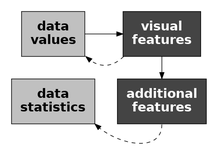
Above: Diagrams/data-vis-vis-stat.png in pmur002/hdvw (Graphviz), before the change. Its source is kept beside it as Diagrams/data-vis-vis-stat.dot. Its diagram source:
```dot
digraph {
  graph [ rankdir=LR; margin=.2; nodesep=.5 ];
  node [ fontsize=20; fontname="sans bold"; margin=.2 ];
  data [ label="data\nvalues"; shape=box; style=filled; fillcolor=gray ]
  stat [ label="data\nstatistics"; shape=box; style=filled; fillcolor=gray ]
  vis [ label="visual\nfeatures"; shape=box;
        style=filled; fillcolor="#444444"; fontcolor=white ]
  add [ label="additional\nfeatures"; shape=box;
        style=filled; fillcolor="#444444"; fontcolor=white ]
  data -> vis
  vis -> add
  vis:sw -> data:se [ style="dashed" ]
  add:s -> stat:se [ style="dashed" ]
{ rank=same; data, stat }
{ rank=same; vis, add }
}
```
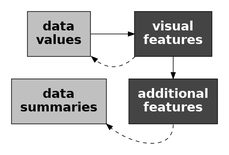
The same diagram one commit later.

What changed in the source:
```diff
@@ -2,7 +2,7 @@
   graph [ rankdir=LR; margin=.2; nodesep=.5 ];
   node [ fontsize=20; fontname="sans bold"; margin=.2 ];
   data [ label="data\nvalues"; shape=box; style=filled; fillcolor=gray ]
-  stat [ label="data\nstatistics"; shape=box; style=filled; fillcolor=gray ]
+  stat [ label="data\nsummaries"; shape=box; style=filled; fillcolor=gray ]
   vis [ label="visual\nfeatures"; shape=box;
         style=filled; fillcolor="#444444"; fontcolor=white ]
   add [ label="additional\nfeatures"; shape=box;
```
